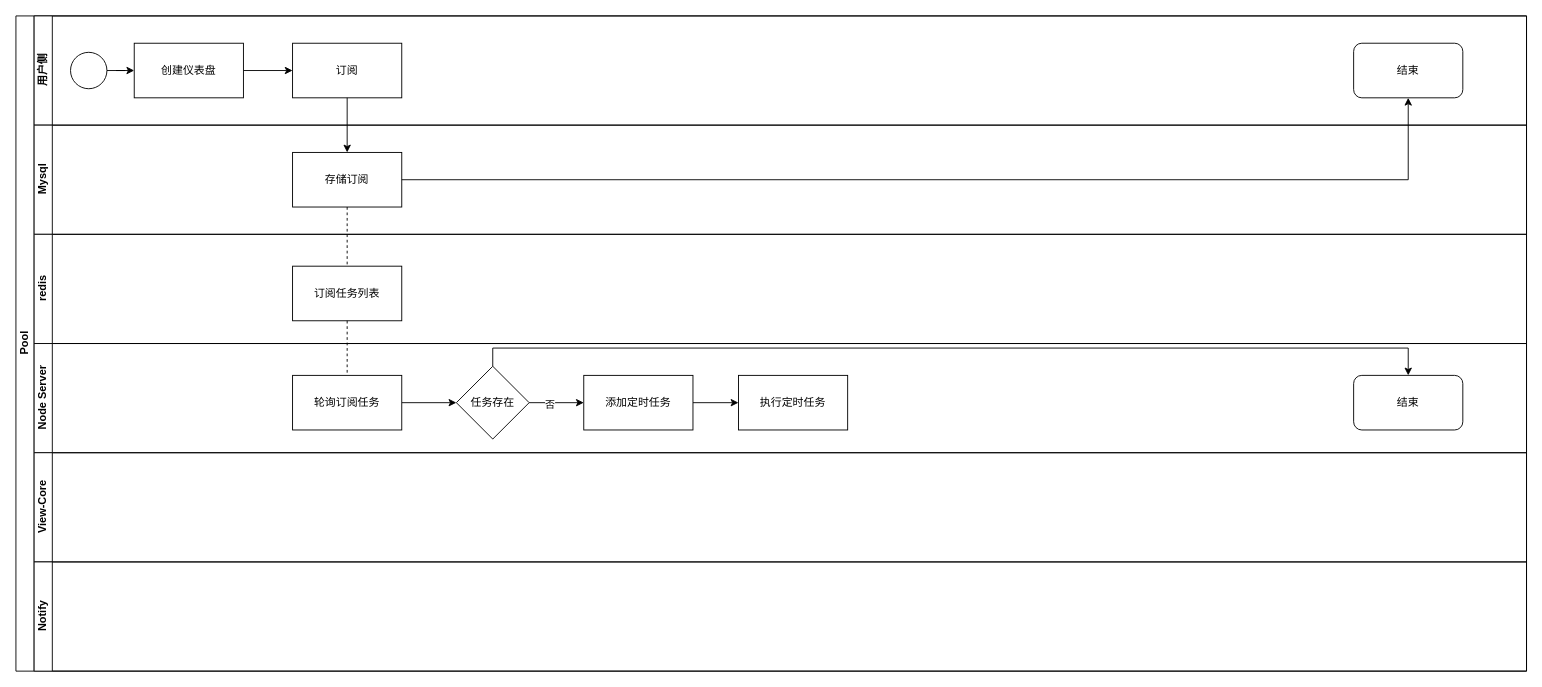
Before: worker/仪表盘订阅.drawio in TNT-Likely/diagrams, a draw.io diagram. Source tidied: cells renumbered, new cells numbered last; positions are measured from the earlier drawing's top-left corner, leaving out a move shared by most shapes. Both pictures are drawn from the tidied source at 91%, with x=0, y=0 at pixel (15, 15).
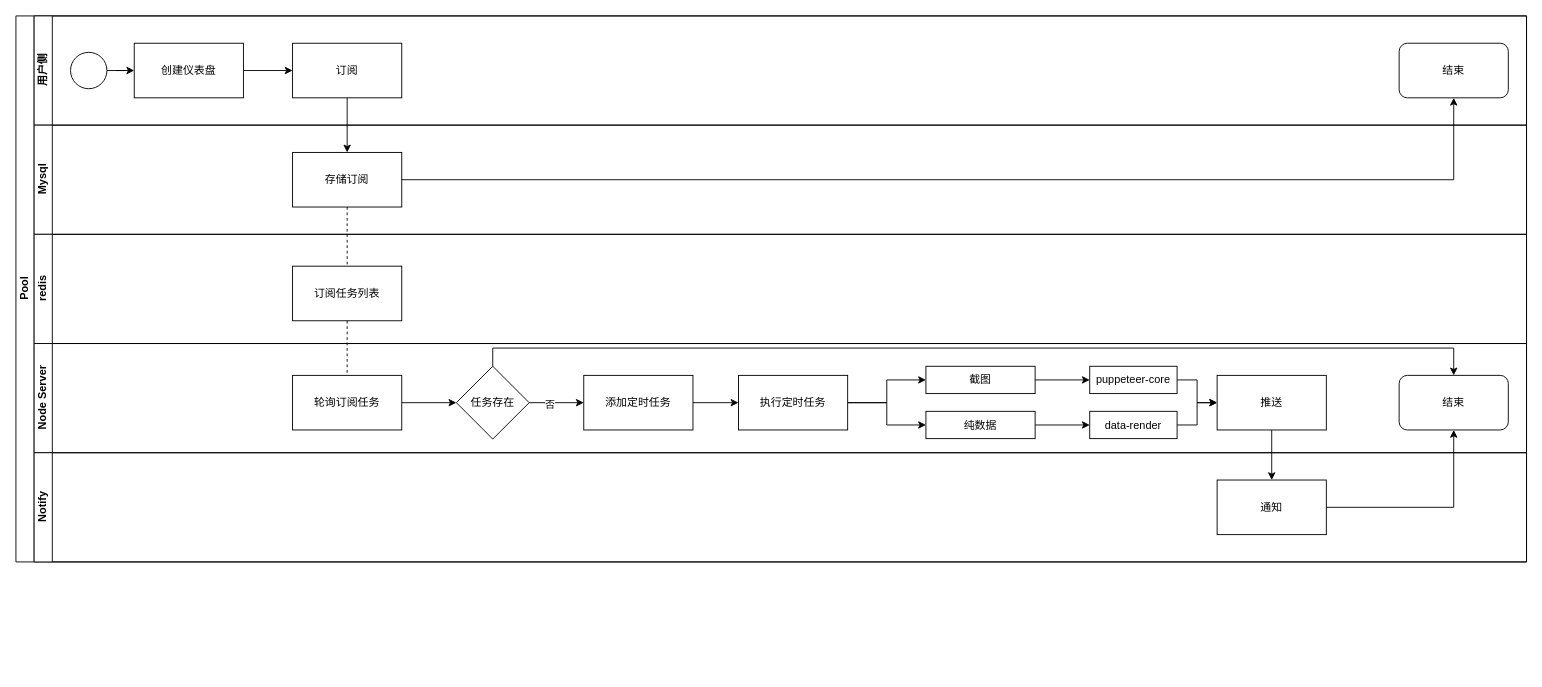
After the change.

Commit message (it also covers changes not shown here):
更新仪表盘订阅.drawio

The change refers to these unchanged cells:
```xml
<mxCell id="3" value="用户侧" style="swimlane;html=1;startSize=20;horizontal=0;" parent="2" vertex="1">
  <mxGeometry x="20" width="1640" height="120" as="geometry" />
</mxCell>
<mxCell id="13" value="订阅任务列表" style="rounded=0;whiteSpace=wrap;html=1;" parent="12" vertex="1">
  <mxGeometry x="284" y="35" width="120" height="60" as="geometry" />
</mxCell>
<mxCell id="14" value="Node Server" style="swimlane;html=1;startSize=20;horizontal=0;" parent="2" vertex="1">
  <mxGeometry x="20" y="360" width="1640" height="120" as="geometry" />
</mxCell>
<mxCell id="16" value="轮询订阅任务" style="rounded=0;whiteSpace=wrap;html=1;" parent="14" vertex="1">
  <mxGeometry x="284" y="35" width="120" height="60" as="geometry" />
</mxCell>
<mxCell id="20" value="任务存在" style="rhombus;whiteSpace=wrap;html=1;" parent="14" vertex="1">
  <mxGeometry x="464" y="25" width="80" height="80" as="geometry" />
</mxCell>
<mxCell id="23" value="执行定时任务" style="rounded=0;whiteSpace=wrap;html=1;" parent="14" vertex="1">
  <mxGeometry x="774" y="35" width="120" height="60" as="geometry" />
</mxCell>
```

Change to the diagram source:
```diff
@@
     <mxCell id="2" value="Pool" style="swimlane;html=1;horizontal=0;startSize=20;" parent="1" vertex="1">
-      <mxGeometry width="1660" height="720" as="geometry" />
+      <mxGeometry width="1660" height="600" as="geometry" />
     </mxCell>
@@
     <mxCell id="9" value="结束" style="rounded=1;whiteSpace=wrap;html=1;" parent="3" vertex="1">
-      <mxGeometry x="1450" y="30" width="120" height="60" as="geometry" />
+      <mxGeometry x="1500" y="30" width="120" height="60" as="geometry" />
     </mxCell>
@@
+    <mxCell id="25" style="edgeStyle=orthogonalEdgeStyle;rounded=0;jettySize=auto;html=1;exitX=0.5;exitY=1;exitDx=0;exitDy=0;dashed=1;endArrow=none;endFill=0;" parent="2" edge="1" source="13" target="16">
+      <mxGeometry relative="1" as="geometry" />
+    </mxCell>
@@
     <mxCell id="19" style="edgeStyle=orthogonalEdgeStyle;rounded=0;jettySize=auto;html=1;exitX=0.5;exitY=0;exitDx=0;exitDy=0;" parent="14" edge="1" source="20" target="24">
       <mxGeometry relative="1" as="geometry">
         <Array as="points">
           <mxPoint x="504" y="5" />
-          <mxPoint x="1510" y="5" />
+          <mxPoint x="1560" y="5" />
         </Array>
       </mxGeometry>
     </mxCell>
@@
+    <mxCell id="31" style="edgeStyle=orthogonalEdgeStyle;rounded=0;jettySize=auto;html=1;exitX=1;exitY=0.5;exitDx=0;exitDy=0;entryX=0;entryY=0.5;entryDx=0;entryDy=0;" parent="14" edge="1" source="23" target="34">
+      <mxGeometry relative="1" as="geometry" />
+    </mxCell>
+    <mxCell id="32" style="edgeStyle=orthogonalEdgeStyle;rounded=0;jettySize=auto;html=1;exitX=1;exitY=0.5;exitDx=0;exitDy=0;entryX=0;entryY=0.5;entryDx=0;entryDy=0;" parent="14" edge="1" source="23" target="36">
+      <mxGeometry relative="1" as="geometry" />
+    </mxCell>
@@
     <mxCell id="24" value="结束" style="rounded=1;whiteSpace=wrap;html=1;" parent="14" vertex="1">
-      <mxGeometry x="1450" y="35" width="120" height="60" as="geometry" />
+      <mxGeometry x="1500" y="35" width="120" height="60" as="geometry" />
     </mxCell>
-    <mxCell id="25" style="edgeStyle=orthogonalEdgeStyle;rounded=0;jettySize=auto;html=1;exitX=0.5;exitY=1;exitDx=0;exitDy=0;dashed=1;endArrow=none;endFill=0;" parent="2" edge="1" source="13" target="16">
-      <mxGeometry relative="1" as="geometry" />
-    </mxCell>
-    <mxCell id="26" value="View-Core" style="swimlane;html=1;startSize=20;horizontal=0;" parent="2" vertex="1">
-      <mxGeometry x="20" y="480" width="1640" height="120" as="geometry" />
-    </mxCell>
+    <mxCell id="33" style="edgeStyle=orthogonalEdgeStyle;rounded=0;jettySize=auto;html=1;exitX=1;exitY=0.5;exitDx=0;exitDy=0;" parent="14" edge="1" source="34" target="38">
+      <mxGeometry relative="1" as="geometry" />
+    </mxCell>
+    <mxCell id="34" value="截图" style="rounded=0;whiteSpace=wrap;html=1;" parent="14" vertex="1">
+      <mxGeometry x="980" y="25" width="120" height="30" as="geometry" />
+    </mxCell>
+    <mxCell id="35" style="edgeStyle=orthogonalEdgeStyle;rounded=0;jettySize=auto;html=1;exitX=1;exitY=0.5;exitDx=0;exitDy=0;entryX=0;entryY=0.5;entryDx=0;entryDy=0;" parent="14" edge="1" source="36" target="40">
+      <mxGeometry relative="1" as="geometry" />
+    </mxCell>
+    <mxCell id="36" value="纯数据" style="rounded=0;whiteSpace=wrap;html=1;" parent="14" vertex="1">
+      <mxGeometry x="980" y="74.5" width="120" height="30" as="geometry" />
+    </mxCell>
+    <mxCell id="37" style="edgeStyle=orthogonalEdgeStyle;rounded=0;jettySize=auto;html=1;exitX=1;exitY=0.5;exitDx=0;exitDy=0;entryX=0;entryY=0.5;entryDx=0;entryDy=0;" parent="14" edge="1" source="38" target="41">
+      <mxGeometry relative="1" as="geometry" />
+    </mxCell>
+    <mxCell id="38" value="puppeteer-core" style="rounded=0;whiteSpace=wrap;html=1;" parent="14" vertex="1">
+      <mxGeometry x="1160" y="25" width="96" height="30" as="geometry" />
+    </mxCell>
+    <mxCell id="39" style="edgeStyle=orthogonalEdgeStyle;rounded=0;jettySize=auto;html=1;exitX=1;exitY=0.5;exitDx=0;exitDy=0;entryX=0;entryY=0.5;entryDx=0;entryDy=0;" parent="14" edge="1" source="40" target="41">
+      <mxGeometry relative="1" as="geometry" />
+    </mxCell>
+    <mxCell id="40" value="data-render" style="rounded=0;whiteSpace=wrap;html=1;" parent="14" vertex="1">
+      <mxGeometry x="1160" y="74.5" width="96" height="30" as="geometry" />
+    </mxCell>
+    <mxCell id="41" value="推送" style="rounded=0;whiteSpace=wrap;html=1;" parent="14" vertex="1">
+      <mxGeometry x="1300" y="35" width="120" height="60" as="geometry" />
+    </mxCell>
     <mxCell id="27" value="Notify" style="swimlane;html=1;startSize=20;horizontal=0;" parent="2" vertex="1">
-      <mxGeometry x="20" y="600" width="1640" height="120" as="geometry" />
+      <mxGeometry x="20" y="480" width="1640" height="120" as="geometry" />
     </mxCell>
+    <mxCell id="42" value="通知" style="rounded=0;whiteSpace=wrap;html=1;" parent="27" vertex="1">
+      <mxGeometry x="1300" y="30" width="120" height="60" as="geometry" />
+    </mxCell>
@@
+    <mxCell id="43" style="edgeStyle=orthogonalEdgeStyle;rounded=0;jettySize=auto;html=1;exitX=0.5;exitY=1;exitDx=0;exitDy=0;entryX=0.5;entryY=0;entryDx=0;entryDy=0;" parent="2" edge="1" source="41" target="42">
+      <mxGeometry relative="1" as="geometry" />
+    </mxCell>
+    <mxCell id="44" style="edgeStyle=orthogonalEdgeStyle;rounded=0;jettySize=auto;html=1;exitX=1;exitY=0.5;exitDx=0;exitDy=0;entryX=0.5;entryY=1;entryDx=0;entryDy=0;" parent="2" edge="1" source="42" target="24">
+      <mxGeometry relative="1" as="geometry" />
+    </mxCell>
```
